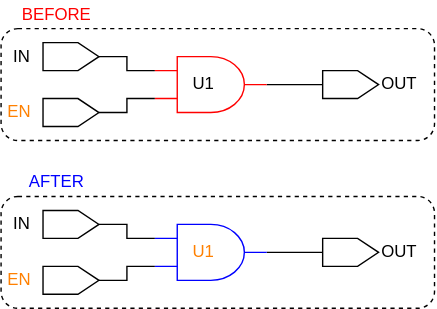
AlbertHansen/TripleModularRedundancyTool_developer_guide keeps this draw.io diagram as figures/dark-mode/update_scripts/set_tmrg.drawio.svg. Above is the earlier version. Source tidied: cells renumbered, new cells last; positions are measured from the earlier drawing's top-left corner, leaving out a move shared by most shapes. Source of this version:
```xml
<mxGraphModel>
  <root>
    <mxCell id="0" />
    <mxCell id="1" parent="0" />
    <mxCell id="2" style="rounded=1;whiteSpace=wrap;html=1;fillColor=none;dashed=1;" parent="1" vertex="1">
      <mxGeometry y="20" width="310" height="80" as="geometry" />
    </mxCell>
    <mxCell id="3" style="edgeStyle=orthogonalEdgeStyle;html=1;exitX=0.5;exitY=1;exitDx=0;exitDy=0;entryX=0;entryY=0.25;entryDx=0;entryDy=0;entryPerimeter=0;endArrow=none;endFill=0;rounded=0;" parent="1" edge="1" source="4" target="9">
      <mxGeometry relative="1" as="geometry" />
    </mxCell>
    <mxCell id="4" style="shape=offPageConnector;whiteSpace=wrap;html=1;rotation=-90;fillColor=none;" parent="1" vertex="1">
      <mxGeometry x="40" y="20" width="20" height="40" as="geometry" />
    </mxCell>
    <mxCell id="5" style="edgeStyle=orthogonalEdgeStyle;rounded=0;html=1;exitX=0.5;exitY=1;exitDx=0;exitDy=0;entryX=0;entryY=0.75;entryDx=0;entryDy=0;entryPerimeter=0;endArrow=none;endFill=0;" parent="1" edge="1" source="6" target="9">
      <mxGeometry relative="1" as="geometry" />
    </mxCell>
    <mxCell id="6" style="shape=offPageConnector;whiteSpace=wrap;html=1;rotation=-90;fillColor=none;" parent="1" vertex="1">
      <mxGeometry x="40" y="60" width="20" height="40" as="geometry" />
    </mxCell>
    <mxCell id="7" style="shape=offPageConnector;whiteSpace=wrap;html=1;rotation=-90;fillColor=none;" parent="1" vertex="1">
      <mxGeometry x="240" y="40" width="20" height="40" as="geometry" />
    </mxCell>
    <mxCell id="8" style="edgeStyle=orthogonalEdgeStyle;rounded=0;html=1;exitX=1;exitY=0.5;exitDx=0;exitDy=0;exitPerimeter=0;entryX=0.5;entryY=0;entryDx=0;entryDy=0;endArrow=none;endFill=0;" parent="1" edge="1" source="9" target="7">
      <mxGeometry relative="1" as="geometry" />
    </mxCell>
    <mxCell id="9" style="verticalLabelPosition=bottom;shadow=0;dashed=0;align=center;html=1;verticalAlign=top;shape=mxgraph.electrical.logic_gates.logic_gate;operation=and;fillColor=none;strokeColor=#FF0000;" parent="1" vertex="1">
      <mxGeometry x="110" y="40" width="80" height="40" as="geometry" />
    </mxCell>
    <mxCell id="10" value="IN" style="text;html=1;strokeColor=none;fillColor=none;align=center;verticalAlign=middle;whiteSpace=wrap;rounded=0;" parent="1" vertex="1">
      <mxGeometry y="30" width="30" height="20" as="geometry" />
    </mxCell>
    <mxCell id="11" value="EN&lt;span style=&quot;font-family: monospace; font-size: 0px; text-align: start;&quot;&gt;%3CmxGraphModel%3E%3Croot%3E%3CmxCell%20id%3D%220%22%2F%3E%3CmxCell%20id%3D%221%22%20parent%3D%220%22%2F%3E%3CmxCell%20id%3D%222%22%20value%3D%22IN%22%20style%3D%22text%3Bhtml%3D1%3BstrokeColor%3Dnone%3BfillColor%3Dnone%3Balign%3Dcenter%3BverticalAlign%3Dmiddle%3BwhiteSpace%3Dwrap%3Brounded%3D0%3B%22%20vertex%3D%221%22%20parent%3D%221%22%3E%3CmxGeometry%20x%3D%22170%22%20y%3D%2290%22%20width%3D%2230%22%20height%3D%2220%22%20as%3D%22geometry%22%2F%3E%3C%2FmxCell%3E%3C%2Froot%3E%3C%2FmxGraphModel%3E&lt;/span&gt;" style="text;html=1;strokeColor=none;fillColor=none;align=center;verticalAlign=middle;whiteSpace=wrap;rounded=0;fontColor=#FF8000;" parent="1" vertex="1">
      <mxGeometry y="70" width="30" height="20" as="geometry" />
    </mxCell>
    <mxCell id="12" value="OUT" style="text;html=1;strokeColor=none;fillColor=none;align=center;verticalAlign=middle;whiteSpace=wrap;rounded=0;" parent="1" vertex="1">
      <mxGeometry x="270" y="50" width="30" height="20" as="geometry" />
    </mxCell>
    <mxCell id="13" value="U1" style="text;html=1;strokeColor=none;fillColor=none;align=center;verticalAlign=middle;whiteSpace=wrap;rounded=0;dashed=1;fontColor=#000000;" parent="1" vertex="1">
      <mxGeometry x="130" y="50" width="30" height="20" as="geometry" />
    </mxCell>
    <mxCell id="14" value="BEFORE" style="text;html=1;strokeColor=none;fillColor=none;align=center;verticalAlign=middle;whiteSpace=wrap;rounded=0;dashed=1;fontColor=#FF0000;" parent="1" vertex="1">
      <mxGeometry x="10" width="60" height="20" as="geometry" />
    </mxCell>
    <mxCell id="15" style="rounded=1;whiteSpace=wrap;html=1;fillColor=none;dashed=1;" parent="1" vertex="1">
      <mxGeometry y="140" width="310" height="80" as="geometry" />
    </mxCell>
    <mxCell id="16" style="edgeStyle=orthogonalEdgeStyle;html=1;exitX=0.5;exitY=1;exitDx=0;exitDy=0;entryX=0;entryY=0.25;entryDx=0;entryDy=0;entryPerimeter=0;endArrow=none;endFill=0;rounded=0;" parent="1" edge="1" source="17" target="22">
      <mxGeometry relative="1" as="geometry" />
    </mxCell>
    <mxCell id="17" style="shape=offPageConnector;whiteSpace=wrap;html=1;rotation=-90;fillColor=none;" parent="1" vertex="1">
      <mxGeometry x="40" y="140" width="20" height="40" as="geometry" />
    </mxCell>
    <mxCell id="18" style="edgeStyle=orthogonalEdgeStyle;rounded=0;html=1;exitX=0.5;exitY=1;exitDx=0;exitDy=0;entryX=0;entryY=0.75;entryDx=0;entryDy=0;entryPerimeter=0;endArrow=none;endFill=0;" parent="1" edge="1" source="19" target="22">
      <mxGeometry relative="1" as="geometry" />
    </mxCell>
    <mxCell id="19" style="shape=offPageConnector;whiteSpace=wrap;html=1;rotation=-90;fillColor=none;" parent="1" vertex="1">
      <mxGeometry x="40" y="180" width="20" height="40" as="geometry" />
    </mxCell>
    <mxCell id="20" style="shape=offPageConnector;whiteSpace=wrap;html=1;rotation=-90;fillColor=none;" parent="1" vertex="1">
      <mxGeometry x="240" y="160" width="20" height="40" as="geometry" />
    </mxCell>
    <mxCell id="21" style="edgeStyle=orthogonalEdgeStyle;rounded=0;html=1;exitX=1;exitY=0.5;exitDx=0;exitDy=0;exitPerimeter=0;entryX=0.5;entryY=0;entryDx=0;entryDy=0;endArrow=none;endFill=0;" parent="1" edge="1" source="22" target="20">
      <mxGeometry relative="1" as="geometry" />
    </mxCell>
    <mxCell id="22" style="verticalLabelPosition=bottom;shadow=0;dashed=0;align=center;html=1;verticalAlign=top;shape=mxgraph.electrical.logic_gates.logic_gate;operation=and;fillColor=none;strokeColor=#0000FF;" parent="1" vertex="1">
      <mxGeometry x="110" y="160" width="80" height="40" as="geometry" />
    </mxCell>
    <mxCell id="23" value="IN" style="text;html=1;strokeColor=none;fillColor=none;align=center;verticalAlign=middle;whiteSpace=wrap;rounded=0;" parent="1" vertex="1">
      <mxGeometry y="150" width="30" height="20" as="geometry" />
    </mxCell>
    <mxCell id="24" value="EN&lt;span style=&quot;font-family: monospace; font-size: 0px; text-align: start;&quot;&gt;%3CmxGraphModel%3E%3Croot%3E%3CmxCell%20id%3D%220%22%2F%3E%3CmxCell%20id%3D%221%22%20parent%3D%220%22%2F%3E%3CmxCell%20id%3D%222%22%20value%3D%22IN%22%20style%3D%22text%3Bhtml%3D1%3BstrokeColor%3Dnone%3BfillColor%3Dnone%3Balign%3Dcenter%3BverticalAlign%3Dmiddle%3BwhiteSpace%3Dwrap%3Brounded%3D0%3B%22%20vertex%3D%221%22%20parent%3D%221%22%3E%3CmxGeometry%20x%3D%22170%22%20y%3D%2290%22%20width%3D%2230%22%20height%3D%2220%22%20as%3D%22geometry%22%2F%3E%3C%2FmxCell%3E%3C%2Froot%3E%3C%2FmxGraphModel%3E&lt;/span&gt;" style="text;html=1;strokeColor=none;fillColor=none;align=center;verticalAlign=middle;whiteSpace=wrap;rounded=0;fontColor=#FF8000;" parent="1" vertex="1">
      <mxGeometry y="190" width="30" height="20" as="geometry" />
    </mxCell>
    <mxCell id="25" value="OUT" style="text;html=1;strokeColor=none;fillColor=none;align=center;verticalAlign=middle;whiteSpace=wrap;rounded=0;" parent="1" vertex="1">
      <mxGeometry x="270" y="170" width="30" height="20" as="geometry" />
    </mxCell>
    <mxCell id="26" value="U1" style="text;html=1;strokeColor=none;fillColor=none;align=center;verticalAlign=middle;whiteSpace=wrap;rounded=0;dashed=1;fontColor=#FF8000;" parent="1" vertex="1">
      <mxGeometry x="130" y="170" width="30" height="20" as="geometry" />
    </mxCell>
    <mxCell id="27" value="&lt;font color=&quot;#0000ff&quot;&gt;AFTER&lt;/font&gt;" style="text;html=1;strokeColor=none;fillColor=none;align=center;verticalAlign=middle;whiteSpace=wrap;rounded=0;dashed=1;fontColor=#FF0000;" parent="1" vertex="1">
      <mxGeometry x="10" y="120" width="60" height="20" as="geometry" />
    </mxCell>
  </root>
</mxGraphModel>
```
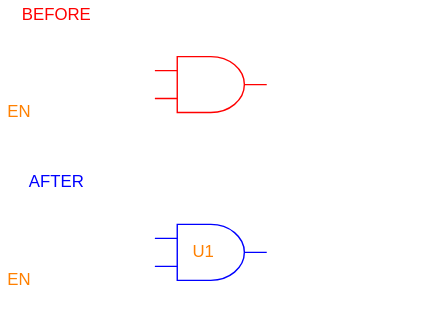
Above is the later version.

What changed in the source:
```diff
@@ -2,76 +2,76 @@
   <root>
     <mxCell id="0" />
     <mxCell id="1" parent="0" />
-    <mxCell id="2" style="rounded=1;whiteSpace=wrap;html=1;fillColor=none;dashed=1;" parent="1" vertex="1">
+    <mxCell id="2" style="rounded=1;whiteSpace=wrap;html=1;fillColor=none;dashed=1;strokeColor=#FFFFFF;" parent="1" vertex="1">
       <mxGeometry y="20" width="310" height="80" as="geometry" />
     </mxCell>
-    <mxCell id="3" style="edgeStyle=orthogonalEdgeStyle;html=1;exitX=0.5;exitY=1;exitDx=0;exitDy=0;entryX=0;entryY=0.25;entryDx=0;entryDy=0;entryPerimeter=0;endArrow=none;endFill=0;rounded=0;" parent="1" edge="1" source="4" target="9">
+    <mxCell id="3" style="edgeStyle=orthogonalEdgeStyle;html=1;exitX=0.5;exitY=1;exitDx=0;exitDy=0;entryX=0;entryY=0.25;entryDx=0;entryDy=0;entryPerimeter=0;endArrow=none;endFill=0;rounded=0;strokeColor=#FFFFFF;" parent="1" edge="1" source="4" target="9">
       <mxGeometry relative="1" as="geometry" />
     </mxCell>
-    <mxCell id="4" style="shape=offPageConnector;whiteSpace=wrap;html=1;rotation=-90;fillColor=none;" parent="1" vertex="1">
+    <mxCell id="4" style="shape=offPageConnector;whiteSpace=wrap;html=1;rotation=-90;fillColor=none;strokeColor=#FFFFFF;" parent="1" vertex="1">
       <mxGeometry x="40" y="20" width="20" height="40" as="geometry" />
     </mxCell>
-    <mxCell id="5" style="edgeStyle=orthogonalEdgeStyle;rounded=0;html=1;exitX=0.5;exitY=1;exitDx=0;exitDy=0;entryX=0;entryY=0.75;entryDx=0;entryDy=0;entryPerimeter=0;endArrow=none;endFill=0;" parent="1" edge="1" source="6" target="9">
+    <mxCell id="5" style="edgeStyle=orthogonalEdgeStyle;rounded=0;html=1;exitX=0.5;exitY=1;exitDx=0;exitDy=0;entryX=0;entryY=0.75;entryDx=0;entryDy=0;entryPerimeter=0;endArrow=none;endFill=0;strokeColor=#FFFFFF;" parent="1" edge="1" source="6" target="9">
       <mxGeometry relative="1" as="geometry" />
     </mxCell>
-    <mxCell id="6" style="shape=offPageConnector;whiteSpace=wrap;html=1;rotation=-90;fillColor=none;" parent="1" vertex="1">
+    <mxCell id="6" style="shape=offPageConnector;whiteSpace=wrap;html=1;rotation=-90;fillColor=none;strokeColor=#FFFFFF;" parent="1" vertex="1">
       <mxGeometry x="40" y="60" width="20" height="40" as="geometry" />
     </mxCell>
-    <mxCell id="7" style="shape=offPageConnector;whiteSpace=wrap;html=1;rotation=-90;fillColor=none;" parent="1" vertex="1">
+    <mxCell id="7" style="shape=offPageConnector;whiteSpace=wrap;html=1;rotation=-90;fillColor=none;strokeColor=#FFFFFF;" parent="1" vertex="1">
       <mxGeometry x="240" y="40" width="20" height="40" as="geometry" />
     </mxCell>
-    <mxCell id="8" style="edgeStyle=orthogonalEdgeStyle;rounded=0;html=1;exitX=1;exitY=0.5;exitDx=0;exitDy=0;exitPerimeter=0;entryX=0.5;entryY=0;entryDx=0;entryDy=0;endArrow=none;endFill=0;" parent="1" edge="1" source="9" target="7">
+    <mxCell id="8" style="edgeStyle=orthogonalEdgeStyle;rounded=0;html=1;exitX=1;exitY=0.5;exitDx=0;exitDy=0;exitPerimeter=0;entryX=0.5;entryY=0;entryDx=0;entryDy=0;endArrow=none;endFill=0;strokeColor=#FFFFFF;" parent="1" edge="1" source="9" target="7">
       <mxGeometry relative="1" as="geometry" />
     </mxCell>
     <mxCell id="9" style="verticalLabelPosition=bottom;shadow=0;dashed=0;align=center;html=1;verticalAlign=top;shape=mxgraph.electrical.logic_gates.logic_gate;operation=and;fillColor=none;strokeColor=#FF0000;" parent="1" vertex="1">
       <mxGeometry x="110" y="40" width="80" height="40" as="geometry" />
     </mxCell>
-    <mxCell id="10" value="IN" style="text;html=1;strokeColor=none;fillColor=none;align=center;verticalAlign=middle;whiteSpace=wrap;rounded=0;" parent="1" vertex="1">
+    <mxCell id="10" value="IN" style="text;html=1;strokeColor=none;fillColor=none;align=center;verticalAlign=middle;whiteSpace=wrap;rounded=0;fontColor=#FFFFFF;" parent="1" vertex="1">
       <mxGeometry y="30" width="30" height="20" as="geometry" />
     </mxCell>
     <mxCell id="11" value="EN&lt;span style=&quot;font-family: monospace; font-size: 0px; text-align: start;&quot;&gt;%3CmxGraphModel%3E%3Croot%3E%3CmxCell%20id%3D%220%22%2F%3E%3CmxCell%20id%3D%221%22%20parent%3D%220%22%2F%3E%3CmxCell%20id%3D%222%22%20value%3D%22IN%22%20style%3D%22text%3Bhtml%3D1%3BstrokeColor%3Dnone%3BfillColor%3Dnone%3Balign%3Dcenter%3BverticalAlign%3Dmiddle%3BwhiteSpace%3Dwrap%3Brounded%3D0%3B%22%20vertex%3D%221%22%20parent%3D%221%22%3E%3CmxGeometry%20x%3D%22170%22%20y%3D%2290%22%20width%3D%2230%22%20height%3D%2220%22%20as%3D%22geometry%22%2F%3E%3C%2FmxCell%3E%3C%2Froot%3E%3C%2FmxGraphModel%3E&lt;/span&gt;" style="text;html=1;strokeColor=none;fillColor=none;align=center;verticalAlign=middle;whiteSpace=wrap;rounded=0;fontColor=#FF8000;" parent="1" vertex="1">
       <mxGeometry y="70" width="30" height="20" as="geometry" />
     </mxCell>
-    <mxCell id="12" value="OUT" style="text;html=1;strokeColor=none;fillColor=none;align=center;verticalAlign=middle;whiteSpace=wrap;rounded=0;" parent="1" vertex="1">
+    <mxCell id="12" value="OUT" style="text;html=1;strokeColor=none;fillColor=none;align=center;verticalAlign=middle;whiteSpace=wrap;rounded=0;fontColor=#FFFFFF;" parent="1" vertex="1">
       <mxGeometry x="270" y="50" width="30" height="20" as="geometry" />
     </mxCell>
-    <mxCell id="13" value="U1" style="text;html=1;strokeColor=none;fillColor=none;align=center;verticalAlign=middle;whiteSpace=wrap;rounded=0;dashed=1;fontColor=#000000;" parent="1" vertex="1">
+    <mxCell id="13" value="U1" style="text;html=1;strokeColor=none;fillColor=none;align=center;verticalAlign=middle;whiteSpace=wrap;rounded=0;dashed=1;fontColor=#FFFFFF;" parent="1" vertex="1">
       <mxGeometry x="130" y="50" width="30" height="20" as="geometry" />
     </mxCell>
     <mxCell id="14" value="BEFORE" style="text;html=1;strokeColor=none;fillColor=none;align=center;verticalAlign=middle;whiteSpace=wrap;rounded=0;dashed=1;fontColor=#FF0000;" parent="1" vertex="1">
       <mxGeometry x="10" width="60" height="20" as="geometry" />
     </mxCell>
-    <mxCell id="15" style="rounded=1;whiteSpace=wrap;html=1;fillColor=none;dashed=1;" parent="1" vertex="1">
+    <mxCell id="15" style="rounded=1;whiteSpace=wrap;html=1;fillColor=none;dashed=1;strokeColor=#FFFFFF;" parent="1" vertex="1">
       <mxGeometry y="140" width="310" height="80" as="geometry" />
     </mxCell>
-    <mxCell id="16" style="edgeStyle=orthogonalEdgeStyle;html=1;exitX=0.5;exitY=1;exitDx=0;exitDy=0;entryX=0;entryY=0.25;entryDx=0;entryDy=0;entryPerimeter=0;endArrow=none;endFill=0;rounded=0;" parent="1" edge="1" source="17" target="22">
+    <mxCell id="16" style="edgeStyle=orthogonalEdgeStyle;html=1;exitX=0.5;exitY=1;exitDx=0;exitDy=0;entryX=0;entryY=0.25;entryDx=0;entryDy=0;entryPerimeter=0;endArrow=none;endFill=0;rounded=0;strokeColor=#FFFFFF;" parent="1" edge="1" source="17" target="22">
       <mxGeometry relative="1" as="geometry" />
     </mxCell>
-    <mxCell id="17" style="shape=offPageConnector;whiteSpace=wrap;html=1;rotation=-90;fillColor=none;" parent="1" vertex="1">
+    <mxCell id="17" style="shape=offPageConnector;whiteSpace=wrap;html=1;rotation=-90;fillColor=none;strokeColor=#FFFFFF;" parent="1" vertex="1">
       <mxGeometry x="40" y="140" width="20" height="40" as="geometry" />
     </mxCell>
-    <mxCell id="18" style="edgeStyle=orthogonalEdgeStyle;rounded=0;html=1;exitX=0.5;exitY=1;exitDx=0;exitDy=0;entryX=0;entryY=0.75;entryDx=0;entryDy=0;entryPerimeter=0;endArrow=none;endFill=0;" parent="1" edge="1" source="19" target="22">
+    <mxCell id="18" style="edgeStyle=orthogonalEdgeStyle;rounded=0;html=1;exitX=0.5;exitY=1;exitDx=0;exitDy=0;entryX=0;entryY=0.75;entryDx=0;entryDy=0;entryPerimeter=0;endArrow=none;endFill=0;strokeColor=#FFFFFF;" parent="1" edge="1" source="19" target="22">
       <mxGeometry relative="1" as="geometry" />
     </mxCell>
-    <mxCell id="19" style="shape=offPageConnector;whiteSpace=wrap;html=1;rotation=-90;fillColor=none;" parent="1" vertex="1">
+    <mxCell id="19" style="shape=offPageConnector;whiteSpace=wrap;html=1;rotation=-90;fillColor=none;strokeColor=#FFFFFF;" parent="1" vertex="1">
       <mxGeometry x="40" y="180" width="20" height="40" as="geometry" />
     </mxCell>
-    <mxCell id="20" style="shape=offPageConnector;whiteSpace=wrap;html=1;rotation=-90;fillColor=none;" parent="1" vertex="1">
+    <mxCell id="20" style="shape=offPageConnector;whiteSpace=wrap;html=1;rotation=-90;fillColor=none;strokeColor=#FFFFFF;" parent="1" vertex="1">
       <mxGeometry x="240" y="160" width="20" height="40" as="geometry" />
     </mxCell>
-    <mxCell id="21" style="edgeStyle=orthogonalEdgeStyle;rounded=0;html=1;exitX=1;exitY=0.5;exitDx=0;exitDy=0;exitPerimeter=0;entryX=0.5;entryY=0;entryDx=0;entryDy=0;endArrow=none;endFill=0;" parent="1" edge="1" source="22" target="20">
+    <mxCell id="21" style="edgeStyle=orthogonalEdgeStyle;rounded=0;html=1;exitX=1;exitY=0.5;exitDx=0;exitDy=0;exitPerimeter=0;entryX=0.5;entryY=0;entryDx=0;entryDy=0;endArrow=none;endFill=0;strokeColor=#FFFFFF;" parent="1" edge="1" source="22" target="20">
       <mxGeometry relative="1" as="geometry" />
     </mxCell>
     <mxCell id="22" style="verticalLabelPosition=bottom;shadow=0;dashed=0;align=center;html=1;verticalAlign=top;shape=mxgraph.electrical.logic_gates.logic_gate;operation=and;fillColor=none;strokeColor=#0000FF;" parent="1" vertex="1">
       <mxGeometry x="110" y="160" width="80" height="40" as="geometry" />
     </mxCell>
-    <mxCell id="23" value="IN" style="text;html=1;strokeColor=none;fillColor=none;align=center;verticalAlign=middle;whiteSpace=wrap;rounded=0;" parent="1" vertex="1">
+    <mxCell id="23" value="IN" style="text;html=1;strokeColor=none;fillColor=none;align=center;verticalAlign=middle;whiteSpace=wrap;rounded=0;fontColor=#FFFFFF;" parent="1" vertex="1">
       <mxGeometry y="150" width="30" height="20" as="geometry" />
     </mxCell>
     <mxCell id="24" value="EN&lt;span style=&quot;font-family: monospace; font-size: 0px; text-align: start;&quot;&gt;%3CmxGraphModel%3E%3Croot%3E%3CmxCell%20id%3D%220%22%2F%3E%3CmxCell%20id%3D%221%22%20parent%3D%220%22%2F%3E%3CmxCell%20id%3D%222%22%20value%3D%22IN%22%20style%3D%22text%3Bhtml%3D1%3BstrokeColor%3Dnone%3BfillColor%3Dnone%3Balign%3Dcenter%3BverticalAlign%3Dmiddle%3BwhiteSpace%3Dwrap%3Brounded%3D0%3B%22%20vertex%3D%221%22%20parent%3D%221%22%3E%3CmxGeometry%20x%3D%22170%22%20y%3D%2290%22%20width%3D%2230%22%20height%3D%2220%22%20as%3D%22geometry%22%2F%3E%3C%2FmxCell%3E%3C%2Froot%3E%3C%2FmxGraphModel%3E&lt;/span&gt;" style="text;html=1;strokeColor=none;fillColor=none;align=center;verticalAlign=middle;whiteSpace=wrap;rounded=0;fontColor=#FF8000;" parent="1" vertex="1">
       <mxGeometry y="190" width="30" height="20" as="geometry" />
     </mxCell>
-    <mxCell id="25" value="OUT" style="text;html=1;strokeColor=none;fillColor=none;align=center;verticalAlign=middle;whiteSpace=wrap;rounded=0;" parent="1" vertex="1">
+    <mxCell id="25" value="OUT" style="text;html=1;strokeColor=none;fillColor=none;align=center;verticalAlign=middle;whiteSpace=wrap;rounded=0;fontColor=#FFFFFF;" parent="1" vertex="1">
       <mxGeometry x="270" y="170" width="30" height="20" as="geometry" />
     </mxCell>
     <mxCell id="26" value="U1" style="text;html=1;strokeColor=none;fillColor=none;align=center;verticalAlign=middle;whiteSpace=wrap;rounded=0;dashed=1;fontColor=#FF8000;" parent="1" vertex="1">
```
